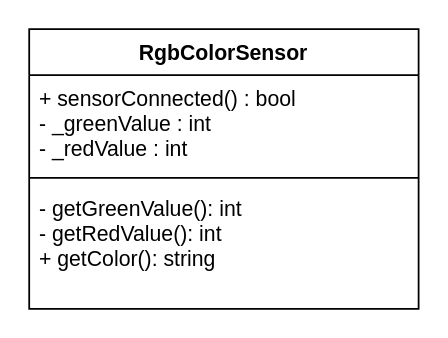
Above: doc/Bilag/03 Diagrammer/ClassDiagrams_2.drawio in VintherWolf/miotywaffles (draw.io), before the change. Source tidied: cells renumbered, new cells numbered last; positions are measured from the earlier drawing's top-left corner, leaving out a move shared by most shapes. Both pictures are drawn from the tidied source at 177%, with x=0, y=0 at pixel (28, 28).
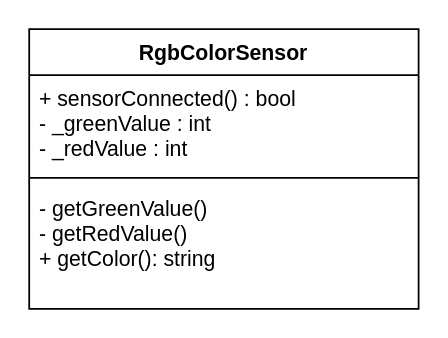
The same diagram, later.

Change to the diagram source:
```diff
@@
 <mxGraphModel>
   <root>
     <mxCell id="0" />
     <mxCell id="1" parent="0" />
     <mxCell id="2" value="RgbColorSensor" style="swimlane;fontStyle=1;align=center;verticalAlign=top;horizontal=1;startSize=26;" parent="1" vertex="1">
       <mxGeometry width="220" height="158" as="geometry" />
     </mxCell>
     <mxCell id="3" value="+ sensorConnected() : bool&#10;- _greenValue : int&#10;- _redValue : int" style="text;strokeColor=none;fillColor=none;align=left;verticalAlign=top;spacingLeft=4;spacingRight=4;overflow=hidden;" parent="2" vertex="1">
       <mxGeometry y="26" width="220" height="54" as="geometry" />
     </mxCell>
     <mxCell id="4" style="line;strokeWidth=1;fillColor=none;align=left;verticalAlign=middle;spacingTop=-1;spacingLeft=3;spacingRight=3;labelPosition=right;" parent="2" vertex="1">
       <mxGeometry y="80" width="220" height="8" as="geometry" />
     </mxCell>
-    <mxCell id="5" value="- getGreenValue(): int&#10;- getRedValue(): int&#10;+ getColor(): string" style="text;strokeColor=none;fillColor=none;align=left;verticalAlign=top;spacingLeft=4;spacingRight=4;overflow=hidden;" parent="2" vertex="1">
+    <mxCell id="5" value="- getGreenValue()&#10;- getRedValue()&#10;+ getColor(): string" style="text;strokeColor=none;fillColor=none;align=left;verticalAlign=top;spacingLeft=4;spacingRight=4;overflow=hidden;" parent="2" vertex="1">
       <mxGeometry y="88" width="220" height="70" as="geometry" />
     </mxCell>
   </root>
 </mxGraphModel>
```
